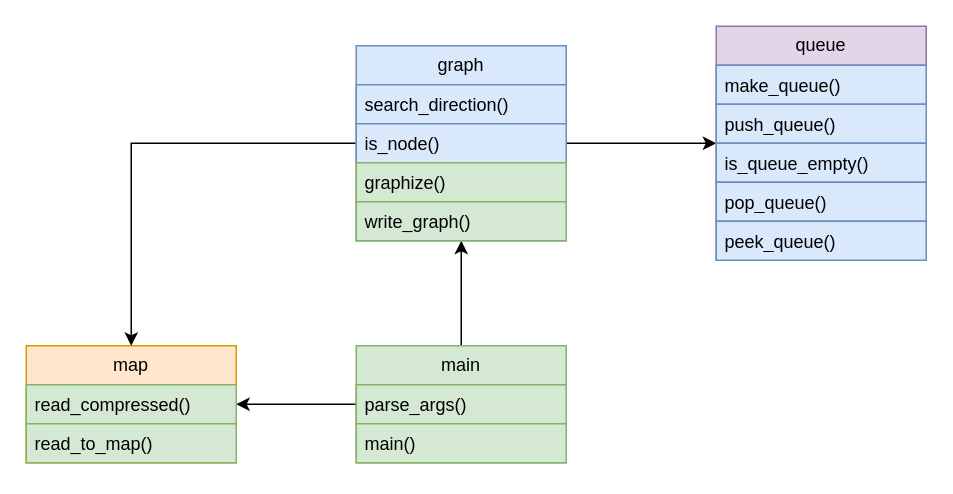
Above: preprocessor/pp_modules.drawio in ATTWGRAT/A-MAZE-ING (draw.io), before the change. Source tidied: cells renumbered, new cells numbered last; positions are measured from the earlier drawing's top-left corner, leaving out a move shared by most shapes. Both pictures are drawn from the tidied source at 150%, with x=0, y=0 at pixel (26, 26).
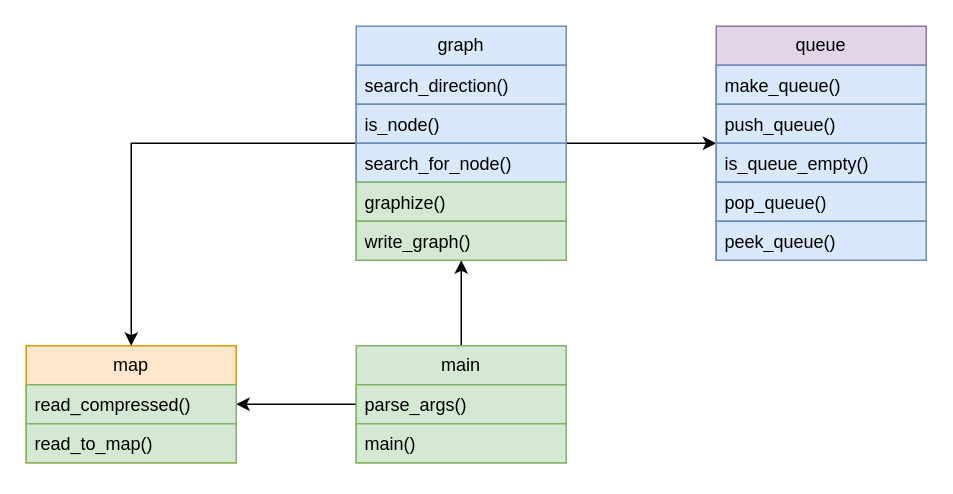
The same diagram, later.

Unchanged cells that the change refers to:
```xml
<mxCell id="17" value="queue" style="swimlane;fontStyle=0;horizontal=1;startSize=26;fillColor=#e1d5e7;whiteSpace=wrap;html=1;strokeColor=#9673a6;" parent="1" vertex="1">
  <mxGeometry x="460" width="140" height="156" as="geometry" />
</mxCell>
```

Change to the diagram source:
```diff
@@
     <mxCell id="10" style="edgeStyle=orthogonalEdgeStyle;rounded=0;jettySize=auto;html=1;" parent="1" edge="1" source="12" target="17">
-      <mxGeometry relative="1" as="geometry" />
+      <mxGeometry relative="1" as="geometry">
+        <Array as="points">
+          <mxPoint x="390" y="78" />
+          <mxPoint x="390" y="78" />
+        </Array>
+      </mxGeometry>
     </mxCell>
@@
     <mxCell id="12" value="graph" style="swimlane;fontStyle=0;horizontal=1;startSize=26;fillColor=#dae8fc;whiteSpace=wrap;html=1;strokeColor=#6c8ebf;" parent="1" vertex="1">
-      <mxGeometry x="220" y="13" width="140" height="130" as="geometry" />
+      <mxGeometry x="220" width="140" height="156" as="geometry" />
     </mxCell>
@@
+    <mxCell id="23" value="search_for_node()" style="text;strokeColor=#6c8ebf;fillColor=#dae8fc;align=left;verticalAlign=top;spacingLeft=4;spacingRight=4;overflow=hidden;whiteSpace=wrap;html=1;" parent="12" vertex="1">
+      <mxGeometry y="78" width="140" height="26" as="geometry" />
+    </mxCell>
     <mxCell id="15" value="graphize()" style="text;strokeColor=#82b366;fillColor=#d5e8d4;align=left;verticalAlign=top;spacingLeft=4;spacingRight=4;overflow=hidden;whiteSpace=wrap;html=1;" parent="12" vertex="1">
-      <mxGeometry y="78" width="140" height="26" as="geometry" />
+      <mxGeometry y="104" width="140" height="26" as="geometry" />
     </mxCell>
     <mxCell id="16" value="write_graph()" style="text;strokeColor=#82b366;fillColor=#d5e8d4;align=left;verticalAlign=top;spacingLeft=4;spacingRight=4;overflow=hidden;whiteSpace=wrap;html=1;" parent="12" vertex="1">
-      <mxGeometry y="104" width="140" height="26" as="geometry" />
+      <mxGeometry y="130" width="140" height="26" as="geometry" />
     </mxCell>
```
